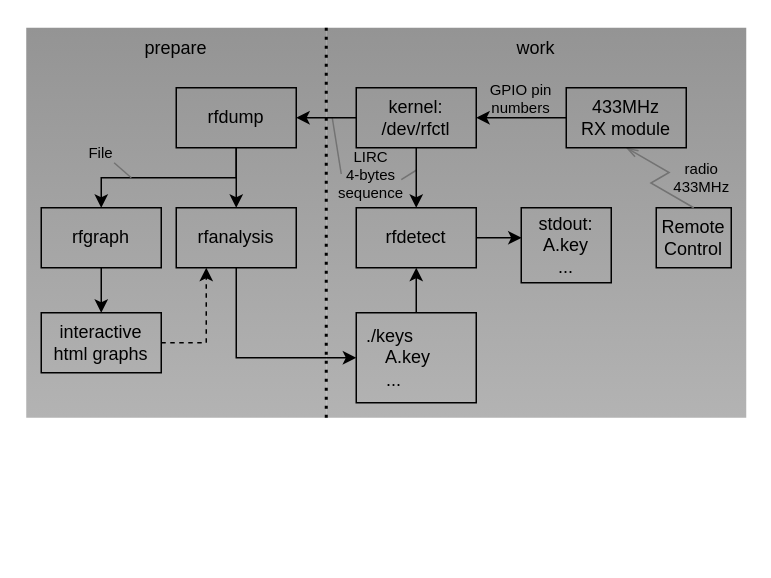
Earlier version of the draw.io diagram img/rfdetect.drawio (vika-sonne/rfctl64). Source tidied: cells renumbered, new cells numbered last; positions are measured from the earlier drawing's top-left corner, leaving out a move shared by most shapes. Both pictures are drawn from the tidied source at 150%, with x=0, y=0 at pixel (26, 27). Pictures stored in the file or linked from it are replaced by grey dashed boxes.
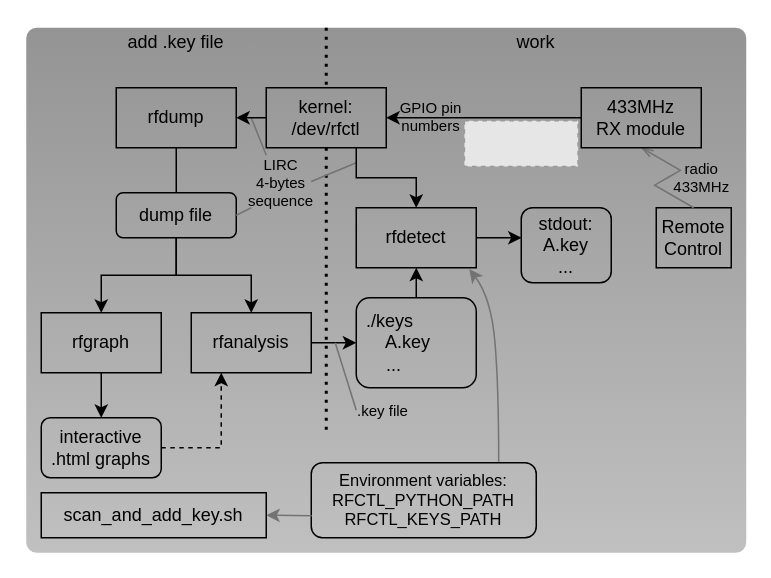
Above is the later version.

The change refers to these unchanged cells:
```xml
<mxCell id="5" value="rfdetect" style="rounded=0;whiteSpace=wrap;fillColor=none;strokeColor=#000000;fontColor=#000000;labelBackgroundColor=none;" parent="1" vertex="1">
  <mxGeometry x="220" y="120" width="80" height="40" as="geometry" />
</mxCell>
```

Change to the diagram source:
```diff
@@
-    <mxCell id="2" value="work" style="rounded=0;whiteSpace=wrap;fontSize=12;fontColor=#000000;align=center;verticalAlign=top;fillColor=#949494;gradientColor=#B3B3B3;strokeColor=none;" parent="1" vertex="1">
-      <mxGeometry x="200" width="280" height="260" as="geometry" />
+    <mxCell id="2" style="rounded=1;whiteSpace=wrap;fontSize=12;fontColor=#000000;align=center;verticalAlign=top;fillColor=#949494;strokeColor=none;arcSize=2;gradientColor=#C0C0C0;" parent="1" vertex="1">
+      <mxGeometry width="480" height="350" as="geometry" />
     </mxCell>
-    <mxCell id="3" value="prepare" style="rounded=0;whiteSpace=wrap;fontSize=12;fontColor=#000000;align=center;verticalAlign=top;fillColor=#949494;gradientColor=#B3B3B3;strokeColor=none;" parent="1" vertex="1">
-      <mxGeometry width="200" height="260" as="geometry" />
-    </mxCell>
@@
-    <mxCell id="7" value="./keys&#10;    A.key&#10;    ..." style="rounded=0;whiteSpace=wrap;align=left;spacingLeft=5;fillColor=none;strokeColor=#000000;fontColor=#000000;labelBackgroundColor=none;" parent="1" vertex="1">
-      <mxGeometry x="220" y="190" width="80" height="60" as="geometry" />
+    <mxCell id="7" value="./keys&#10;    A.key&#10;    ..." style="rounded=1;whiteSpace=wrap;align=left;spacingLeft=5;fillColor=none;strokeColor=#000000;fontColor=#000000;labelBackgroundColor=none;" parent="1" vertex="1">
+      <mxGeometry x="220" y="180" width="80" height="60" as="geometry" />
     </mxCell>
-    <mxCell id="8" value="stdout:&#10;A.key&#10;..." style="rounded=0;whiteSpace=wrap;fillColor=none;strokeColor=#000000;fontColor=#000000;labelBackgroundColor=none;" parent="1" vertex="1">
+    <mxCell id="8" value="stdout:&#10;A.key&#10;..." style="rounded=1;whiteSpace=wrap;fillColor=none;strokeColor=#000000;fontColor=#000000;labelBackgroundColor=none;glass=0;shadow=0;sketch=0;" parent="1" vertex="1">
       <mxGeometry x="330" y="120" width="60" height="50" as="geometry" />
     </mxCell>
     <mxCell id="9" value="kernel:&#10;/dev/rfctl" style="rounded=0;whiteSpace=wrap;fillColor=none;strokeColor=#000000;fontColor=#000000;labelBackgroundColor=none;" parent="1" vertex="1">
-      <mxGeometry x="220" y="40" width="80" height="40" as="geometry" />
+      <mxGeometry x="160" y="40" width="80" height="40" as="geometry" />
     </mxCell>
-    <mxCell id="10" style="edgeStyle=orthogonalEdgeStyle;rounded=0;jettySize=auto;html=1;exitX=0.5;exitY=1;exitDx=0;exitDy=0;entryX=0.5;entryY=0;entryDx=0;entryDy=0;fontSize=12;fontColor=#000000;strokeColor=#000000;labelBackgroundColor=none;" parent="1" edge="1" source="11" target="13">
+    <mxCell id="10" style="edgeStyle=orthogonalEdgeStyle;rounded=0;jettySize=auto;html=1;entryX=0.5;entryY=0;entryDx=0;entryDy=0;fontSize=12;fontColor=#000000;strokeColor=#000000;labelBackgroundColor=none;" parent="1" edge="1" source="32" target="13">
       <mxGeometry relative="1" as="geometry" />
     </mxCell>
     <mxCell id="11" value="rfdump" style="rounded=0;whiteSpace=wrap;fillColor=none;strokeColor=#000000;fontColor=#000000;labelBackgroundColor=none;" parent="1" vertex="1">
-      <mxGeometry x="100" y="40" width="80" height="40" as="geometry" />
+      <mxGeometry x="60" y="40" width="80" height="40" as="geometry" />
     </mxCell>
-    <mxCell id="12" style="edgeStyle=orthogonalEdgeStyle;rounded=0;jettySize=auto;html=1;exitX=0.5;exitY=1;exitDx=0;exitDy=0;entryX=0;entryY=0.5;entryDx=0;entryDy=0;fontSize=12;fontColor=#000000;strokeColor=#000000;labelBackgroundColor=none;" parent="1" edge="1" source="13" target="7">
-      <mxGeometry relative="1" as="geometry" />
+    <mxCell id="12" style="edgeStyle=orthogonalEdgeStyle;rounded=0;jettySize=auto;html=1;entryX=0;entryY=0.5;entryDx=0;entryDy=0;fontSize=12;fontColor=#000000;strokeColor=#000000;labelBackgroundColor=none;" parent="1" edge="1" source="13" target="7">
+      <mxGeometry relative="1" as="geometry">
+        <Array as="points">
+          <mxPoint x="160" y="220" />
+        </Array>
+      </mxGeometry>
     </mxCell>
     <mxCell id="13" value="rfanalysis" style="rounded=0;whiteSpace=wrap;fillColor=none;strokeColor=#000000;fontColor=#000000;labelBackgroundColor=none;" parent="1" vertex="1">
-      <mxGeometry x="100" y="120" width="80" height="40" as="geometry" />
+      <mxGeometry x="110" y="190" width="80" height="40" as="geometry" />
     </mxCell>
     <mxCell id="14" style="line;strokeWidth=2;direction=south;html=1;fontSize=12;fontColor=#000000;fillColor=none;align=left;verticalAlign=top;dashed=1;dashPattern=1 2;labelBackgroundColor=none;strokeColor=#000000;" parent="1" vertex="1">
-      <mxGeometry x="190" width="20" height="260" as="geometry" />
+      <mxGeometry x="190" y="80" width="20" height="190" as="geometry" />
     </mxCell>
@@
     <mxCell id="16" value="rfgraph" style="rounded=0;whiteSpace=wrap;fillColor=none;strokeColor=#000000;fontColor=#000000;labelBackgroundColor=none;" parent="1" vertex="1">
-      <mxGeometry x="10" y="120" width="80" height="40" as="geometry" />
+      <mxGeometry x="10" y="190" width="80" height="40" as="geometry" />
     </mxCell>
-    <mxCell id="17" style="edgeStyle=orthogonalEdgeStyle;rounded=0;jettySize=auto;html=1;exitX=0.5;exitY=1;exitDx=0;exitDy=0;entryX=0.5;entryY=0;entryDx=0;entryDy=0;fontSize=12;fontColor=#000000;strokeColor=#000000;labelBackgroundColor=none;" parent="1" edge="1" source="11" target="16">
+    <mxCell id="17" style="edgeStyle=orthogonalEdgeStyle;rounded=0;jettySize=auto;html=1;exitX=0.5;exitY=1;exitDx=0;exitDy=0;entryX=0.5;entryY=0;entryDx=0;entryDy=0;fontSize=12;fontColor=#000000;strokeColor=#000000;labelBackgroundColor=none;startArrow=none;" parent="1" edge="1" source="32" target="16">
       <mxGeometry relative="1" as="geometry" />
     </mxCell>
@@
-    <mxCell id="19" value="interactive html graphs" style="rounded=0;whiteSpace=wrap;fillColor=none;strokeColor=#000000;fontColor=#000000;labelBackgroundColor=none;" parent="1" vertex="1">
-      <mxGeometry x="10" y="190" width="80" height="40" as="geometry" />
+    <mxCell id="19" value="interactive .html graphs" style="rounded=1;whiteSpace=wrap;fillColor=none;strokeColor=#000000;fontColor=#000000;labelBackgroundColor=none;" parent="1" vertex="1">
+      <mxGeometry x="10" y="260" width="80" height="40" as="geometry" />
     </mxCell>
-    <mxCell id="20" style="jettySize=auto;html=1;labelBackgroundColor=none;fontColor=#000000;strokeColor=#737373;rounded=0;endArrow=none;endFill=0;" parent="1" edge="1" source="21">
-      <mxGeometry relative="1" as="geometry">
-        <mxPoint x="70" y="100" as="targetPoint" />
-      </mxGeometry>
-    </mxCell>
-    <mxCell id="21" value="File" style="text;html=1;strokeColor=none;fillColor=none;align=center;verticalAlign=middle;whiteSpace=wrap;rounded=0;labelBackgroundColor=none;fontColor=#000000;fontSize=10;" parent="1" vertex="1">
-      <mxGeometry x="40" y="75" width="20" height="15" as="geometry" />
-    </mxCell>
@@
     <mxCell id="23" value="GPIO pin numbers" style="text;html=1;strokeColor=none;fillColor=none;align=center;verticalAlign=middle;whiteSpace=wrap;rounded=0;labelBackgroundColor=none;fontColor=#000000;fontSize=10;" parent="1" vertex="1">
-      <mxGeometry x="300" y="39.5" width="60" height="15" as="geometry" />
+      <mxGeometry x="240" y="51.5" width="60" height="15" as="geometry" />
     </mxCell>
@@
     <mxCell id="26" value="433MHz&#10;RX module" style="rounded=0;whiteSpace=wrap;fillColor=none;strokeColor=#000000;fontColor=#000000;labelBackgroundColor=none;" parent="1" vertex="1">
-      <mxGeometry x="360" y="40" width="80" height="40" as="geometry" />
+      <mxGeometry x="370" y="40" width="80" height="40" as="geometry" />
     </mxCell>
     <mxCell id="27" value="LIRC&lt;br style=&quot;font-size: 10px&quot;&gt;4-bytes sequence" style="text;html=1;strokeColor=none;fillColor=none;align=center;verticalAlign=middle;whiteSpace=wrap;rounded=0;labelBackgroundColor=none;fontColor=#000000;fontSize=10;" parent="1" vertex="1">
-      <mxGeometry x="210" y="90" width="40" height="15" as="geometry" />
+      <mxGeometry x="150" y="85" width="40" height="35" as="geometry" />
     </mxCell>
-    <mxCell id="28" style="jettySize=auto;html=1;labelBackgroundColor=none;fontColor=#000000;strokeColor=#737373;rounded=0;endArrow=none;endFill=0;exitX=1;exitY=0.75;exitDx=0;exitDy=0;" parent="1" edge="1" source="27">
+    <mxCell id="28" style="jettySize=auto;html=1;labelBackgroundColor=none;fontColor=#000000;strokeColor=#737373;rounded=0;endArrow=none;endFill=0;exitX=1;exitY=0.5;exitDx=0;exitDy=0;" parent="1" edge="1" source="27">
       <mxGeometry relative="1" as="geometry">
-        <mxPoint x="260" y="95" as="targetPoint" />
+        <mxPoint x="220" y="90" as="targetPoint" />
       </mxGeometry>
     </mxCell>
-    <mxCell id="29" style="jettySize=auto;html=1;labelBackgroundColor=none;fontColor=#000000;strokeColor=#737373;rounded=0;endArrow=none;endFill=0;exitX=0;exitY=0.5;exitDx=0;exitDy=0;" parent="1" edge="1" source="27">
+    <mxCell id="29" style="jettySize=auto;html=1;labelBackgroundColor=none;fontColor=#000000;strokeColor=#737373;rounded=0;endArrow=none;endFill=0;exitX=0.25;exitY=0;exitDx=0;exitDy=0;" parent="1" edge="1" source="27">
       <mxGeometry relative="1" as="geometry">
-        <mxPoint x="204" y="60" as="targetPoint" />
+        <mxPoint x="150" y="60" as="targetPoint" />
       </mxGeometry>
     </mxCell>
-    <mxCell id="30" style="edgeStyle=orthogonalEdgeStyle;rounded=0;jettySize=auto;html=1;exitX=0.5;exitY=1;exitDx=0;exitDy=0;entryX=0.5;entryY=0;entryDx=0;entryDy=0;fontSize=12;fontColor=#000000;strokeColor=#000000;labelBackgroundColor=none;" parent="1" edge="1" source="9" target="5">
+    <mxCell id="30" style="edgeStyle=orthogonalEdgeStyle;rounded=0;jettySize=auto;html=1;exitX=0.75;exitY=1;exitDx=0;exitDy=0;entryX=0.5;entryY=0;entryDx=0;entryDy=0;fontSize=12;fontColor=#000000;strokeColor=#000000;labelBackgroundColor=none;" parent="1" edge="1" source="9" target="5">
       <mxGeometry relative="1" as="geometry" />
     </mxCell>
@@
+    <mxCell id="32" value="dump file" style="rounded=1;whiteSpace=wrap;fillColor=none;strokeColor=#000000;fontColor=#000000;labelBackgroundColor=none;" parent="1" vertex="1">
+      <mxGeometry x="60" y="110" width="80" height="30" as="geometry" />
+    </mxCell>
+    <mxCell id="33" style="edgeStyle=orthogonalEdgeStyle;rounded=0;jettySize=auto;html=1;exitX=0.5;exitY=1;exitDx=0;exitDy=0;entryX=0.5;entryY=0;entryDx=0;entryDy=0;fontSize=12;fontColor=#000000;strokeColor=#000000;labelBackgroundColor=none;endArrow=none;" parent="1" edge="1" source="11" target="32">
+      <mxGeometry relative="1" as="geometry" />
+    </mxCell>
+    <mxCell id="34" value="Environment variables:&#10;RFCTL_PYTHON_PATH&#10;RFCTL_KEYS_PATH" style="rounded=1;whiteSpace=wrap;fillColor=none;strokeColor=#000000;fontColor=#000000;labelBackgroundColor=none;glass=0;shadow=0;sketch=0;fontSize=11;" parent="1" vertex="1">
+      <mxGeometry x="190" y="290" width="150" height="50" as="geometry" />
+    </mxCell>
+    <mxCell id="35" style="jettySize=auto;html=1;labelBackgroundColor=none;fontColor=#000000;strokeColor=#737373;endArrow=classic;endFill=1;entryX=1;entryY=0.5;entryDx=0;entryDy=0;rounded=0;exitX=0.002;exitY=0.707;exitDx=0;exitDy=0;exitPerimeter=0;" parent="1" edge="1" source="34" target="43">
+      <mxGeometry relative="1" as="geometry" />
+    </mxCell>
+    <mxCell id="36" style="jettySize=auto;html=1;labelBackgroundColor=none;fontColor=#000000;strokeColor=#737373;endArrow=classic;endFill=1;curved=1;entryX=0.942;entryY=1.024;entryDx=0;entryDy=0;exitX=0.833;exitY=-0.011;exitDx=0;exitDy=0;entryPerimeter=0;exitPerimeter=0;" parent="1" edge="1" source="34" target="5">
+      <mxGeometry relative="1" as="geometry">
+        <Array as="points">
+          <mxPoint x="315" y="240" />
+          <mxPoint x="310" y="180" />
+        </Array>
+      </mxGeometry>
+    </mxCell>
+    <mxCell id="37" style="jettySize=auto;html=1;labelBackgroundColor=none;fontColor=#000000;strokeColor=#737373;rounded=0;endArrow=none;endFill=0;exitX=0;exitY=1;exitDx=0;exitDy=0;entryX=1;entryY=0.5;entryDx=0;entryDy=0;" parent="1" edge="1" source="27" target="32">
+      <mxGeometry relative="1" as="geometry" />
+    </mxCell>
+    <mxCell id="38" style="line;strokeWidth=2;direction=south;html=1;fontSize=12;fontColor=#000000;fillColor=none;align=left;verticalAlign=top;dashed=1;dashPattern=1 2;labelBackgroundColor=none;strokeColor=#000000;" parent="1" vertex="1">
+      <mxGeometry x="190" width="20" height="40" as="geometry" />
+    </mxCell>
+    <mxCell id="39" value=".key file" style="text;html=1;strokeColor=none;fillColor=none;align=center;verticalAlign=middle;whiteSpace=wrap;rounded=0;labelBackgroundColor=none;fontColor=#000000;fontSize=10;" parent="1" vertex="1">
+      <mxGeometry x="220" y="250" width="36" height="10" as="geometry" />
+    </mxCell>
+    <mxCell id="40" style="jettySize=auto;html=1;labelBackgroundColor=none;fontColor=#000000;strokeColor=#737373;endArrow=none;endFill=0;exitX=0;exitY=0.5;exitDx=0;exitDy=0;rounded=0;" parent="1" edge="1" source="39">
+      <mxGeometry relative="1" as="geometry">
+        <mxPoint x="206" y="210" as="targetPoint" />
+      </mxGeometry>
+    </mxCell>
+    <mxCell id="41" value="&lt;span style=&quot;font-size: 12px;&quot;&gt;add .key file&lt;/span&gt;" style="text;html=1;strokeColor=none;fillColor=none;align=center;verticalAlign=middle;whiteSpace=wrap;rounded=0;labelBackgroundColor=none;fontColor=#000000;fontSize=12;" parent="1" vertex="1">
+      <mxGeometry width="200" height="20" as="geometry" />
+    </mxCell>
+    <mxCell id="42" value="&lt;span style=&quot;font-size: 12px;&quot;&gt;work&lt;/span&gt;" style="text;html=1;strokeColor=none;fillColor=none;align=center;verticalAlign=middle;whiteSpace=wrap;rounded=0;labelBackgroundColor=none;fontColor=#000000;fontSize=12;" parent="1" vertex="1">
+      <mxGeometry x="200" width="280" height="20" as="geometry" />
+    </mxCell>
+    <mxCell id="43" value="scan_and_add_key.sh" style="rounded=0;whiteSpace=wrap;fillColor=none;strokeColor=#000000;fontColor=#000000;labelBackgroundColor=none;" parent="1" vertex="1">
+      <mxGeometry x="10" y="310" width="150" height="30" as="geometry" />
+    </mxCell>
+    <mxCell id="44" style="fillColor=#E6E6E6;strokeColor=#999999;dashed=1;verticalLabelPosition=bottom;labelBackgroundColor=#ffffff;verticalAlign=top;" parent="1" vertex="1">
+      <mxGeometry x="292.1" y="62" width="75.8" height="30.5" as="geometry" />
+    </mxCell>
```
